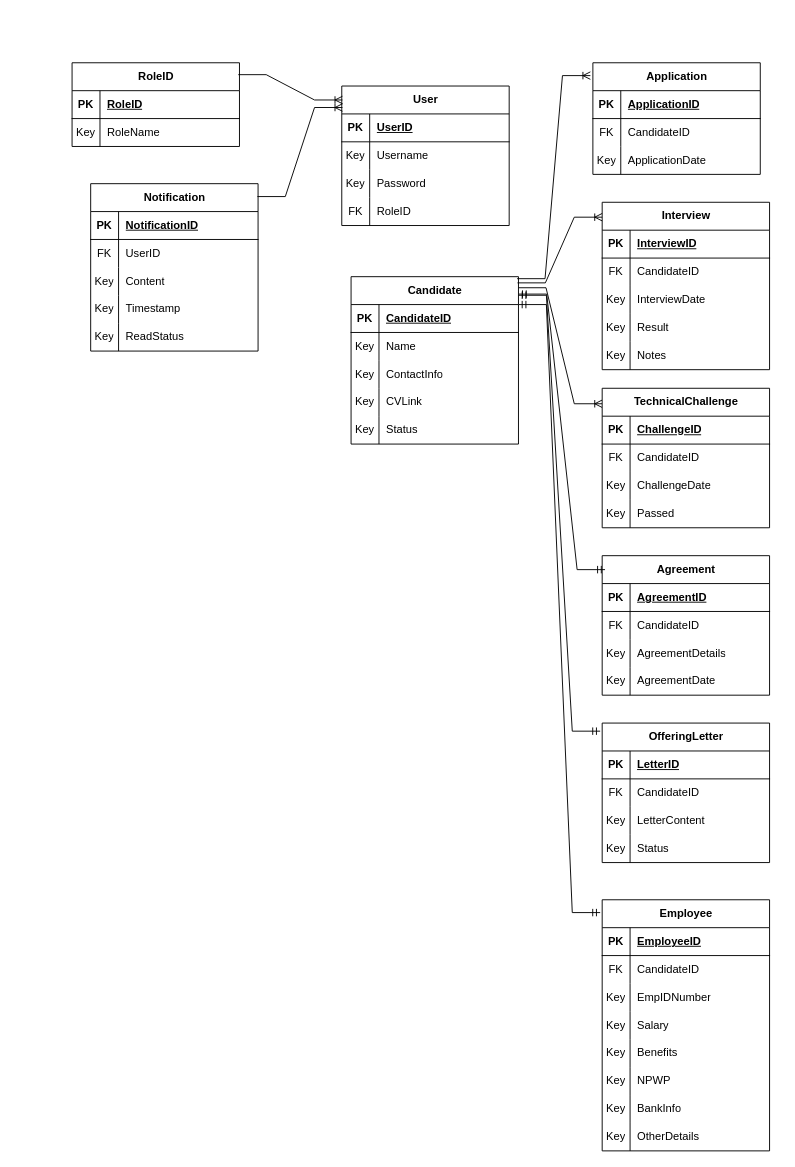
This is page "ERD" (3 of 4) of HRPlantUML.drawio from atinaanz/atina.schema, a draw.io file, before an edit. Source tidied: cells renumbered, new cells numbered last; positions are measured from the earlier drawing's top-left corner, leaving out a move shared by most shapes. Both pictures are drawn from the tidied source at 93%, with x=0, y=0 at pixel (72, 62).
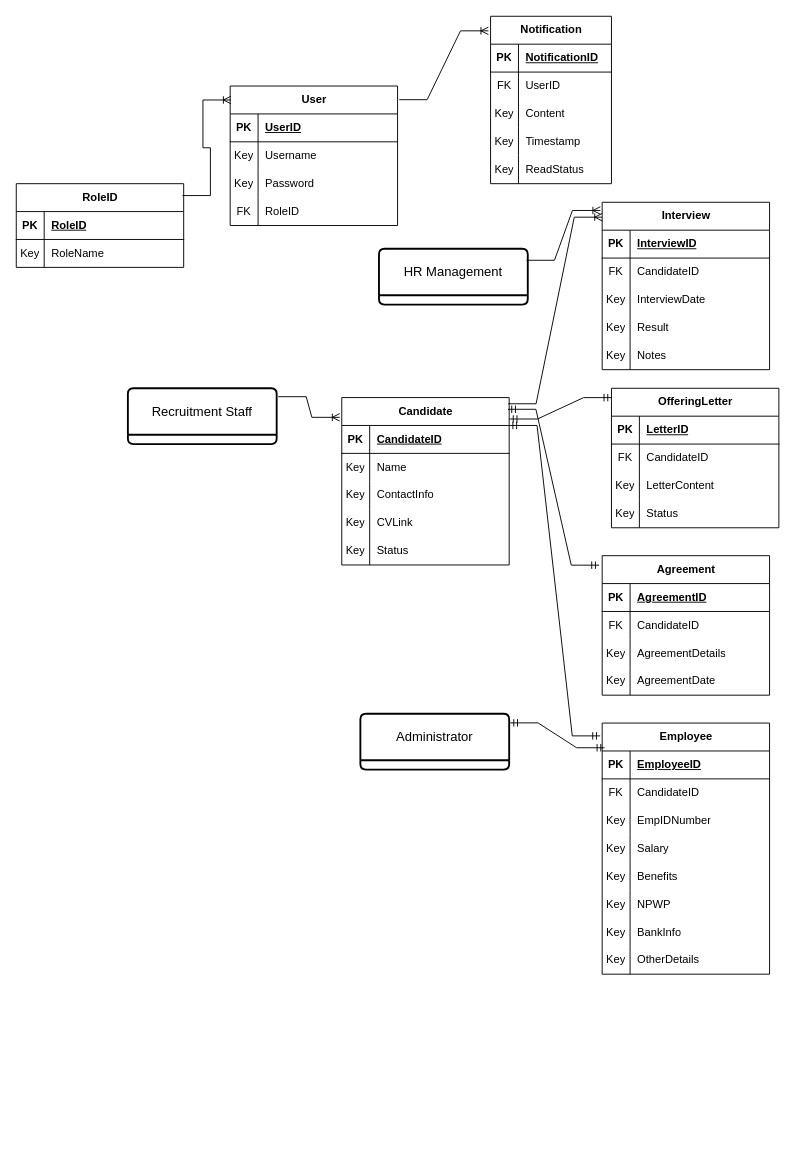
The same diagram, later.

The change refers to these unchanged cells:
```xml
<mxCell id="32" value="Interview" style="shape=table;startSize=30;childLayout=tableLayout;rowLines=0;fontStyle=1;align=center;html=1;" parent="1" vertex="1">
  <mxGeometry x="570" y="150" width="180" height="180" as="geometry" />
</mxCell>
<mxCell id="94" value="Agreement" style="shape=table;startSize=30;childLayout=tableLayout;rowLines=0;fontStyle=1;align=center;html=1;" parent="1" vertex="1">
  <mxGeometry x="570" y="530" width="180" height="150" as="geometry" />
</mxCell>
<mxCell id="108" style="shape=tableRow;horizontal=0;startSize=0;swimlaneHead=0;swimlaneBody=0;fillColor=none;points=[[0,0.5],[1,0.5]];portConstraint=eastwest;top=0;left=0;right=0;bottom=1;" parent="107" vertex="1">
  <mxGeometry y="30" width="180" height="30" as="geometry" />
</mxCell>
```

Diff of the diagram source:
```diff
@@
-    <mxCell id="2" style="edgeStyle=entityRelationEdgeStyle;fontSize=12;html=1;endArrow=ERoneToMany;rounded=0;exitX=0.998;exitY=0.09;exitDx=0;exitDy=0;exitPerimeter=0;entryX=0;entryY=0.111;entryDx=0;entryDy=0;entryPerimeter=0;" parent="1" edge="1" target="19">
-      <mxGeometry relative="1" as="geometry">
-        <mxPoint x="479.6" y="241.9" as="sourcePoint" />
-      </mxGeometry>
-    </mxCell>
     <mxCell id="3" value="Candidate" style="shape=table;startSize=30;childLayout=tableLayout;rowLines=0;fontStyle=1;align=center;html=1;" parent="1" vertex="1">
-      <mxGeometry x="300" y="230" width="180" height="180" as="geometry" />
+      <mxGeometry x="290" y="360" width="180" height="180" as="geometry" />
     </mxCell>
@@
-    <mxCell id="19" value="TechnicalChallenge" style="shape=table;startSize=30;childLayout=tableLayout;rowLines=0;fontStyle=1;align=center;html=1;" parent="1" vertex="1">
-      <mxGeometry x="570" y="350" width="180" height="150" as="geometry" />
-    </mxCell>
-    <mxCell id="20" style="shape=tableRow;horizontal=0;startSize=0;swimlaneHead=0;swimlaneBody=0;fillColor=none;top=0;left=0;right=0;bottom=1;" parent="19" vertex="1">
-      <mxGeometry y="30" width="180" height="30" as="geometry" />
-    </mxCell>
-    <mxCell id="21" value="PK" style="shape=partialRectangle;fillColor=none;top=0;left=0;bottom=0;right=0;fontStyle=1;overflow=hidden;whiteSpace=wrap;html=1;" parent="20" vertex="1">
-      <mxGeometry width="30" height="30" as="geometry" />
-    </mxCell>
-    <mxCell id="22" value="ChallengeID " style="shape=partialRectangle;fillColor=none;top=0;left=0;bottom=0;right=0;align=left;spacingLeft=6;fontStyle=5;overflow=hidden;whiteSpace=wrap;html=1;" parent="20" vertex="1">
-      <mxGeometry x="30" width="150" height="30" as="geometry" />
-    </mxCell>
-    <mxCell id="23" style="shape=tableRow;horizontal=0;startSize=0;swimlaneHead=0;swimlaneBody=0;fillColor=none;top=0;left=0;right=0;bottom=0;" parent="19" vertex="1">
-      <mxGeometry y="60" width="180" height="30" as="geometry" />
-    </mxCell>
-    <mxCell id="24" value="FK" style="shape=partialRectangle;fillColor=none;top=0;left=0;bottom=0;right=0;overflow=hidden;whiteSpace=wrap;html=1;" parent="23" vertex="1">
-      <mxGeometry width="30" height="30" as="geometry" />
-    </mxCell>
-    <mxCell id="25" value="CandidateID " style="shape=partialRectangle;fillColor=none;top=0;left=0;bottom=0;right=0;align=left;spacingLeft=6;overflow=hidden;whiteSpace=wrap;html=1;" parent="23" vertex="1">
-      <mxGeometry x="30" width="150" height="30" as="geometry" />
-    </mxCell>
-    <mxCell id="26" style="shape=tableRow;horizontal=0;startSize=0;swimlaneHead=0;swimlaneBody=0;fillColor=none;top=0;left=0;right=0;bottom=0;" parent="19" vertex="1">
-      <mxGeometry y="90" width="180" height="30" as="geometry" />
-    </mxCell>
-    <mxCell id="27" value="Key" style="shape=partialRectangle;fillColor=none;top=0;left=0;bottom=0;right=0;overflow=hidden;whiteSpace=wrap;html=1;" parent="26" vertex="1">
-      <mxGeometry width="30" height="30" as="geometry" />
-    </mxCell>
-    <mxCell id="28" value="ChallengeDate" style="shape=partialRectangle;fillColor=none;top=0;left=0;bottom=0;right=0;align=left;spacingLeft=6;overflow=hidden;whiteSpace=wrap;html=1;" parent="26" vertex="1">
-      <mxGeometry x="30" width="150" height="30" as="geometry" />
-    </mxCell>
-    <mxCell id="29" style="shape=tableRow;horizontal=0;startSize=0;swimlaneHead=0;swimlaneBody=0;fillColor=none;top=0;left=0;right=0;bottom=0;" parent="19" vertex="1">
-      <mxGeometry y="120" width="180" height="30" as="geometry" />
-    </mxCell>
-    <mxCell id="30" value="Key" style="shape=partialRectangle;fillColor=none;top=0;left=0;bottom=0;right=0;overflow=hidden;whiteSpace=wrap;html=1;" parent="29" vertex="1">
-      <mxGeometry width="30" height="30" as="geometry" />
-    </mxCell>
-    <mxCell id="31" value="Passed" style="shape=partialRectangle;fillColor=none;top=0;left=0;bottom=0;right=0;align=left;spacingLeft=6;overflow=hidden;whiteSpace=wrap;html=1;" parent="29" vertex="1">
-      <mxGeometry x="30" width="150" height="30" as="geometry" />
-    </mxCell>
@@
-    <mxCell id="48" value="Application" style="shape=table;startSize=30;childLayout=tableLayout;rowLines=0;fontStyle=1;align=center;html=1;" parent="1" vertex="1">
-      <mxGeometry x="560" width="180" height="120" as="geometry" />
-    </mxCell>
-    <mxCell id="49" style="shape=tableRow;horizontal=0;startSize=0;swimlaneHead=0;swimlaneBody=0;fillColor=none;top=0;left=0;right=0;bottom=1;" parent="48" vertex="1">
-      <mxGeometry y="30" width="180" height="30" as="geometry" />
-    </mxCell>
-    <mxCell id="50" value="PK" style="shape=partialRectangle;fillColor=none;top=0;left=0;bottom=0;right=0;fontStyle=1;overflow=hidden;whiteSpace=wrap;html=1;" parent="49" vertex="1">
-      <mxGeometry width="30" height="30" as="geometry" />
-    </mxCell>
-    <mxCell id="51" value="ApplicationID " style="shape=partialRectangle;fillColor=none;top=0;left=0;bottom=0;right=0;align=left;spacingLeft=6;fontStyle=5;overflow=hidden;whiteSpace=wrap;html=1;" parent="49" vertex="1">
-      <mxGeometry x="30" width="150" height="30" as="geometry" />
-    </mxCell>
-    <mxCell id="52" style="shape=tableRow;horizontal=0;startSize=0;swimlaneHead=0;swimlaneBody=0;fillColor=none;top=0;left=0;right=0;bottom=0;" parent="48" vertex="1">
-      <mxGeometry y="60" width="180" height="30" as="geometry" />
-    </mxCell>
-    <mxCell id="53" value="FK" style="shape=partialRectangle;fillColor=none;top=0;left=0;bottom=0;right=0;overflow=hidden;whiteSpace=wrap;html=1;" parent="52" vertex="1">
-      <mxGeometry width="30" height="30" as="geometry" />
-    </mxCell>
-    <mxCell id="54" value="CandidateID " style="shape=partialRectangle;fillColor=none;top=0;left=0;bottom=0;right=0;align=left;spacingLeft=6;overflow=hidden;whiteSpace=wrap;html=1;" parent="52" vertex="1">
-      <mxGeometry x="30" width="150" height="30" as="geometry" />
-    </mxCell>
-    <mxCell id="55" style="shape=tableRow;horizontal=0;startSize=0;swimlaneHead=0;swimlaneBody=0;fillColor=none;top=0;left=0;right=0;bottom=0;" parent="48" vertex="1">
-      <mxGeometry y="90" width="180" height="30" as="geometry" />
-    </mxCell>
-    <mxCell id="56" value="Key" style="shape=partialRectangle;fillColor=none;top=0;left=0;bottom=0;right=0;overflow=hidden;whiteSpace=wrap;html=1;" parent="55" vertex="1">
-      <mxGeometry width="30" height="30" as="geometry" />
-    </mxCell>
-    <mxCell id="57" value="ApplicationDate" style="shape=partialRectangle;fillColor=none;top=0;left=0;bottom=0;right=0;align=left;spacingLeft=6;overflow=hidden;whiteSpace=wrap;html=1;" parent="55" vertex="1">
-      <mxGeometry x="30" width="150" height="30" as="geometry" />
-    </mxCell>
-    <mxCell id="58" style="edgeStyle=entityRelationEdgeStyle;fontSize=12;html=1;endArrow=ERoneToMany;rounded=0;entryX=-0.015;entryY=0.115;entryDx=0;entryDy=0;entryPerimeter=0;exitX=0.992;exitY=0.012;exitDx=0;exitDy=0;exitPerimeter=0;" parent="1" edge="1" source="3" target="48">
-      <mxGeometry relative="1" as="geometry">
-        <Array as="points">
-          <mxPoint x="540" y="175" />
-        </Array>
-      </mxGeometry>
-    </mxCell>
@@
     <mxCell id="60" value="User" style="shape=table;startSize=30;childLayout=tableLayout;rowLines=0;fontStyle=1;align=center;html=1;" parent="1" vertex="1">
-      <mxGeometry x="290" y="25" width="180" height="150" as="geometry" />
+      <mxGeometry x="170" y="25" width="180" height="150" as="geometry" />
     </mxCell>
@@
     <mxCell id="73" value="RoleID " style="shape=table;startSize=30;childLayout=tableLayout;rowLines=0;fontStyle=1;align=center;html=1;" parent="1" vertex="1">
-      <mxGeometry width="180" height="90" as="geometry" />
+      <mxGeometry x="-60" y="130" width="180" height="90" as="geometry" />
     </mxCell>
@@
     <mxCell id="81" value="OfferingLetter" style="shape=table;startSize=30;childLayout=tableLayout;rowLines=0;fontStyle=1;align=center;html=1;" parent="1" vertex="1">
-      <mxGeometry x="570" y="710" width="180" height="150" as="geometry" />
+      <mxGeometry x="580" y="350" width="180" height="150" as="geometry" />
     </mxCell>
@@
     <mxCell id="107" value="Employee" style="shape=table;startSize=30;childLayout=tableLayout;rowLines=0;fontStyle=1;align=center;html=1;" parent="1" vertex="1">
-      <mxGeometry x="570" y="900" width="180" height="270" as="geometry" />
+      <mxGeometry x="570" y="710" width="180" height="270" as="geometry" />
     </mxCell>
@@
     <mxCell id="132" value="Notification" style="shape=table;startSize=30;childLayout=tableLayout;rowLines=0;fontStyle=1;align=center;html=1;" parent="1" vertex="1">
-      <mxGeometry x="20" y="130" width="180" height="180" as="geometry" />
+      <mxGeometry x="450" y="-50" width="130" height="180" as="geometry" />
     </mxCell>
     <mxCell id="133" style="shape=tableRow;horizontal=0;startSize=0;swimlaneHead=0;swimlaneBody=0;fillColor=none;top=0;left=0;right=0;bottom=1;" parent="132" vertex="1">
-      <mxGeometry y="30" width="180" height="30" as="geometry" />
+      <mxGeometry y="30" width="130" height="30" as="geometry" />
     </mxCell>
@@
     <mxCell id="135" value="NotificationID " style="shape=partialRectangle;fillColor=none;top=0;left=0;bottom=0;right=0;align=left;spacingLeft=6;fontStyle=5;overflow=hidden;whiteSpace=wrap;html=1;" parent="133" vertex="1">
-      <mxGeometry x="30" width="150" height="30" as="geometry" />
+      <mxGeometry x="30" width="100" height="30" as="geometry" />
     </mxCell>
     <mxCell id="136" style="shape=tableRow;horizontal=0;startSize=0;swimlaneHead=0;swimlaneBody=0;fillColor=none;top=0;left=0;right=0;bottom=0;" parent="132" vertex="1">
-      <mxGeometry y="60" width="180" height="30" as="geometry" />
+      <mxGeometry y="60" width="130" height="30" as="geometry" />
     </mxCell>
@@
     <mxCell id="138" value="UserID " style="shape=partialRectangle;fillColor=none;top=0;left=0;bottom=0;right=0;align=left;spacingLeft=6;overflow=hidden;whiteSpace=wrap;html=1;" parent="136" vertex="1">
-      <mxGeometry x="30" width="150" height="30" as="geometry" />
+      <mxGeometry x="30" width="100" height="30" as="geometry" />
     </mxCell>
     <mxCell id="139" style="shape=tableRow;horizontal=0;startSize=0;swimlaneHead=0;swimlaneBody=0;fillColor=none;top=0;left=0;right=0;bottom=0;" parent="132" vertex="1">
-      <mxGeometry y="90" width="180" height="30" as="geometry" />
+      <mxGeometry y="90" width="130" height="30" as="geometry" />
     </mxCell>
@@
     <mxCell id="141" value="Content" style="shape=partialRectangle;fillColor=none;top=0;left=0;bottom=0;right=0;align=left;spacingLeft=6;overflow=hidden;whiteSpace=wrap;html=1;" parent="139" vertex="1">
-      <mxGeometry x="30" width="150" height="30" as="geometry" />
+      <mxGeometry x="30" width="100" height="30" as="geometry" />
     </mxCell>
     <mxCell id="142" style="shape=tableRow;horizontal=0;startSize=0;swimlaneHead=0;swimlaneBody=0;fillColor=none;top=0;left=0;right=0;bottom=0;" parent="132" vertex="1">
-      <mxGeometry y="120" width="180" height="30" as="geometry" />
+      <mxGeometry y="120" width="130" height="30" as="geometry" />
     </mxCell>
@@
     <mxCell id="144" value="Timestamp" style="shape=partialRectangle;fillColor=none;top=0;left=0;bottom=0;right=0;align=left;spacingLeft=6;overflow=hidden;whiteSpace=wrap;html=1;" parent="142" vertex="1">
-      <mxGeometry x="30" width="150" height="30" as="geometry" />
+      <mxGeometry x="30" width="100" height="30" as="geometry" />
     </mxCell>
     <mxCell id="145" style="shape=tableRow;horizontal=0;startSize=0;swimlaneHead=0;swimlaneBody=0;fillColor=none;top=0;left=0;right=0;bottom=0;" parent="132" vertex="1">
-      <mxGeometry y="150" width="180" height="30" as="geometry" />
+      <mxGeometry y="150" width="130" height="30" as="geometry" />
     </mxCell>
@@
     <mxCell id="147" value="ReadStatus" style="shape=partialRectangle;fillColor=none;top=0;left=0;bottom=0;right=0;align=left;spacingLeft=6;overflow=hidden;whiteSpace=wrap;html=1;" parent="145" vertex="1">
-      <mxGeometry x="30" width="150" height="30" as="geometry" />
+      <mxGeometry x="30" width="100" height="30" as="geometry" />
     </mxCell>
-    <mxCell id="148" style="edgeStyle=entityRelationEdgeStyle;fontSize=12;html=1;endArrow=ERmandOne;startArrow=ERmandOne;rounded=0;entryX=-0.012;entryY=0.058;entryDx=0;entryDy=0;entryPerimeter=0;" parent="1" edge="1" target="81">
-      <mxGeometry relative="1" as="geometry">
-        <mxPoint x="480" y="250" as="sourcePoint" />
-      </mxGeometry>
+    <mxCell id="148" style="edgeStyle=entityRelationEdgeStyle;fontSize=12;html=1;endArrow=ERmandOne;startArrow=ERmandOne;rounded=0;entryX=0;entryY=0.067;entryDx=0;entryDy=0;entryPerimeter=0;exitX=1.002;exitY=0.128;exitDx=0;exitDy=0;exitPerimeter=0;" parent="1" edge="1" source="3" target="81">
+      <mxGeometry relative="1" as="geometry" />
     </mxCell>
-    <mxCell id="149" style="edgeStyle=entityRelationEdgeStyle;fontSize=12;html=1;endArrow=ERmandOne;startArrow=ERmandOne;rounded=0;exitX=1.002;exitY=0.104;exitDx=0;exitDy=0;exitPerimeter=0;entryX=0.017;entryY=0.1;entryDx=0;entryDy=0;entryPerimeter=0;" parent="1" edge="1" source="3" target="94">
+    <mxCell id="149" style="edgeStyle=entityRelationEdgeStyle;fontSize=12;html=1;endArrow=ERmandOne;startArrow=ERmandOne;rounded=0;exitX=0.993;exitY=0.07;exitDx=0;exitDy=0;exitPerimeter=0;entryX=-0.018;entryY=0.068;entryDx=0;entryDy=0;entryPerimeter=0;" parent="1" edge="1" source="3" target="94">
       <mxGeometry relative="1" as="geometry" />
     </mxCell>
@@
-    <mxCell id="151" style="edgeStyle=entityRelationEdgeStyle;fontSize=12;html=1;endArrow=ERoneToMany;rounded=0;exitX=0.996;exitY=0.077;exitDx=0;exitDy=0;exitPerimeter=0;entryX=0.004;entryY=0.154;entryDx=0;entryDy=0;entryPerimeter=0;" parent="1" edge="1" source="132" target="60">
+    <mxCell id="151" style="edgeStyle=entityRelationEdgeStyle;fontSize=12;html=1;endArrow=ERoneToMany;rounded=0;exitX=1.01;exitY=0.098;exitDx=0;exitDy=0;exitPerimeter=0;entryX=-0.018;entryY=0.087;entryDx=0;entryDy=0;entryPerimeter=0;" parent="1" edge="1" source="60" target="132">
       <mxGeometry relative="1" as="geometry" />
     </mxCell>
+    <mxCell id="152" value="HR Management" style="swimlane;horizontal=1;startSize=50;rounded=1;fontSize=14;fontStyle=0;strokeWidth=2;shadow=0;dashed=0;align=center;arcSize=4;whiteSpace=wrap;html=1;" parent="1" vertex="1">
+      <mxGeometry x="330" y="200" width="160" height="60" as="geometry" />
+    </mxCell>
+    <mxCell id="153" value="Recruitment Staff" style="swimlane;horizontal=1;startSize=50;rounded=1;fontSize=14;fontStyle=0;strokeWidth=2;shadow=0;dashed=0;align=center;arcSize=4;whiteSpace=wrap;html=1;" parent="1" vertex="1">
+      <mxGeometry x="60" y="350" width="160" height="60" as="geometry" />
+    </mxCell>
+    <mxCell id="154" value="Administrator" style="swimlane;horizontal=1;startSize=50;rounded=1;fontSize=14;fontStyle=0;strokeWidth=2;shadow=0;dashed=0;align=center;arcSize=4;whiteSpace=wrap;html=1;" parent="1" vertex="1">
+      <mxGeometry x="310" y="700" width="160" height="60" as="geometry" />
+    </mxCell>
+    <mxCell id="155" style="edgeStyle=entityRelationEdgeStyle;fontSize=12;html=1;endArrow=ERmandOne;startArrow=ERmandOne;rounded=0;entryX=0.014;entryY=-0.116;entryDx=0;entryDy=0;entryPerimeter=0;exitX=1.006;exitY=0.163;exitDx=0;exitDy=0;exitPerimeter=0;" parent="1" edge="1" source="154" target="108">
+      <mxGeometry relative="1" as="geometry" />
+    </mxCell>
+    <mxCell id="156" style="edgeStyle=entityRelationEdgeStyle;fontSize=12;html=1;endArrow=ERoneToMany;rounded=0;exitX=0.992;exitY=0.206;exitDx=0;exitDy=0;exitPerimeter=0;entryX=-0.011;entryY=0.049;entryDx=0;entryDy=0;entryPerimeter=0;" parent="1" edge="1" source="152" target="32">
+      <mxGeometry relative="1" as="geometry" />
+    </mxCell>
+    <mxCell id="157" style="edgeStyle=entityRelationEdgeStyle;fontSize=12;html=1;endArrow=ERoneToMany;rounded=0;entryX=-0.012;entryY=0.118;entryDx=0;entryDy=0;entryPerimeter=0;exitX=1.011;exitY=0.151;exitDx=0;exitDy=0;exitPerimeter=0;" parent="1" edge="1" source="153" target="3">
+      <mxGeometry relative="1" as="geometry" />
+    </mxCell>
```
